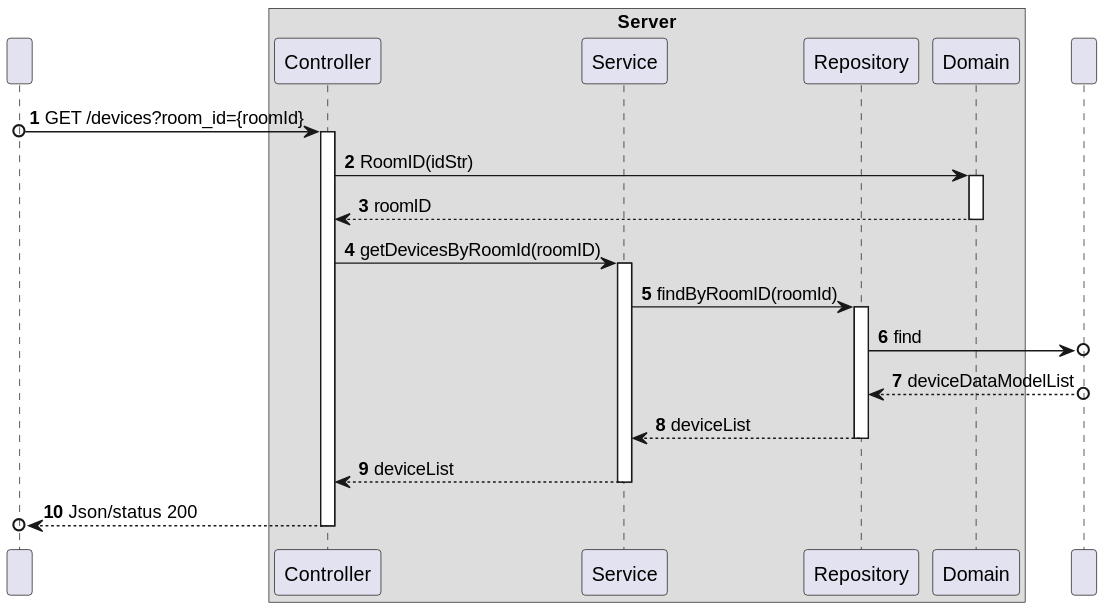
Before: docs/C4_4plus1_models/Level4/ProcessView/ProcessViewLevel4_UC06_v1.svg, a diagram exported from PlantUML (moutajDev/smarthome).
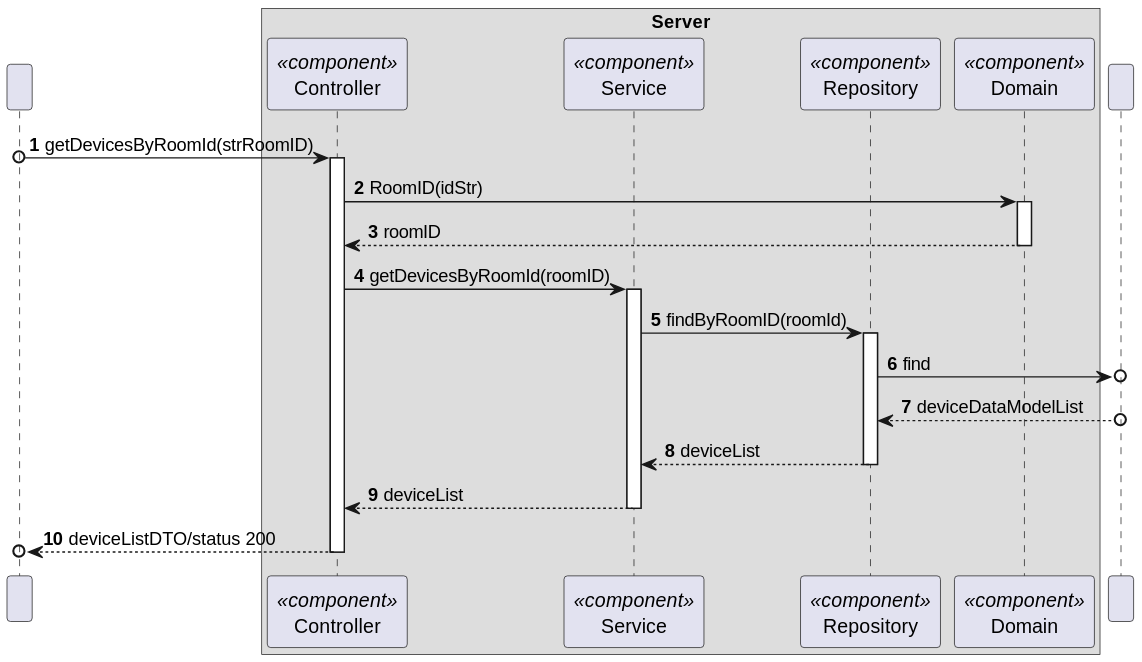
After the commit.

Change to the diagram source:
```diff
@@ -7,20 +7,21 @@
 participant " " as HTTP
 
 box "Server"
-    participant "Controller" as CTRL
-    participant "Service" as SV
-    participant "Repository" as REPO
-    participant "Domain" as DOM
+    participant "Controller" as CTRL<<component>>
+    participant "Service" as SV<<component>>
+    participant "Repository" as REPO<<component>>
+    participant "Domain" as DOM<<component>>
 
 end box
 participant " " as BD
 
 
-HTTP o-> CTRL : GET /devices?room_id={roomId}
+HTTP o-> CTRL : getDevicesByRoomId(strRoomID)
 activate CTRL
 
 CTRL -> DOM : RoomID(idStr)
 activate DOM
+
 DOM --> CTRL : roomID
 deactivate DOM
 
@@ -40,6 +41,6 @@
 SV --> CTRL : deviceList
 deactivate SV
 
-CTRL -->o HTTP : Json/status 200
+CTRL -->o HTTP : deviceListDTO/status 200
 deactivate CTRL
 @enduml
```
